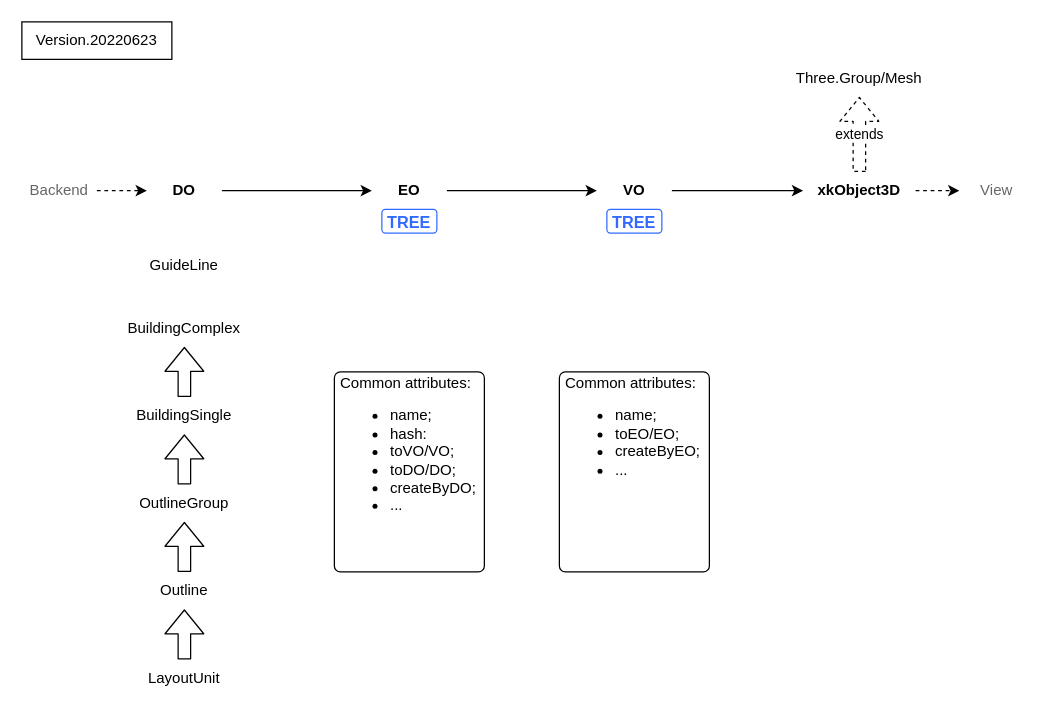
Above: page "EO" (2 of 2) of xk/refactor_roadmap_202204.drawio in fqd511/charts (draw.io), before the change. Source tidied: cells renumbered, new cells numbered last; positions are measured from the earlier drawing's top-left corner, leaving out a move shared by most shapes. Both pictures are drawn from the tidied source at 125%, with x=0, y=0 at pixel (21, 21).
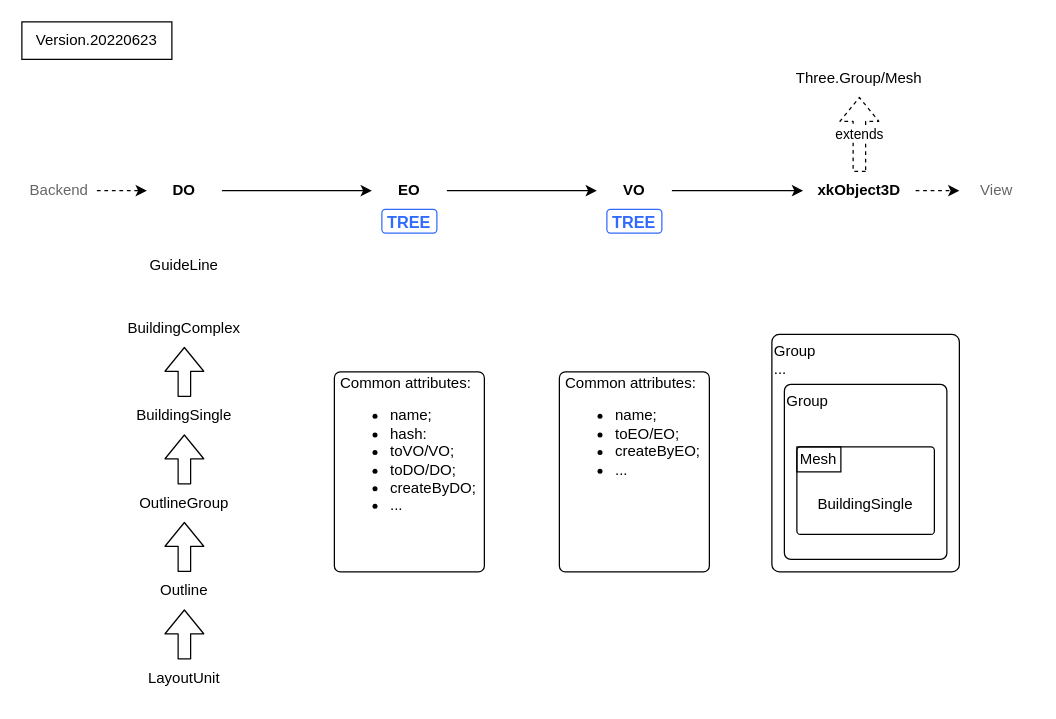
The same page after the edit.

What changed in the source:
```diff
@@
+    <mxCell id="30" style="group;" parent="1" vertex="1">
+      <mxGeometry x="620" y="340" width="110" height="70" as="geometry" />
+    </mxCell>
+    <mxCell id="31" value="&lt;p style=&quot;&quot;&gt;BuildingSingle&lt;/p&gt;&lt;p&gt;&lt;/p&gt;" style="text;html=1;strokeColor=default;fillColor=none;spacing=5;spacingTop=-20;whiteSpace=wrap;overflow=hidden;rounded=1;fontColor=#000000;arcSize=4;imageWidth=24;align=center;verticalAlign=bottom;" parent="30" vertex="1">
+      <mxGeometry width="110" height="70" as="geometry" />
+    </mxCell>
+    <mxCell id="32" value="Mesh" style="text;html=1;strokeColor=default;fillColor=none;align=center;verticalAlign=middle;whiteSpace=wrap;rounded=0;fontColor=#000000;" parent="30" vertex="1">
+      <mxGeometry width="35.2" height="20" as="geometry" />
+    </mxCell>
+    <mxCell id="33" value="Group" style="rounded=1;whiteSpace=wrap;html=1;fontColor=#000000;strokeColor=default;fillColor=none;arcSize=4;align=left;verticalAlign=top;" parent="1" vertex="1">
+      <mxGeometry x="610" y="290" width="130" height="140" as="geometry" />
+    </mxCell>
+    <mxCell id="34" value="Group&lt;br&gt;..." style="rounded=1;whiteSpace=wrap;html=1;fontColor=#000000;strokeColor=default;fillColor=none;arcSize=4;align=left;verticalAlign=top;" parent="1" vertex="1">
+      <mxGeometry x="600" y="250" width="150" height="190" as="geometry" />
+    </mxCell>
```
